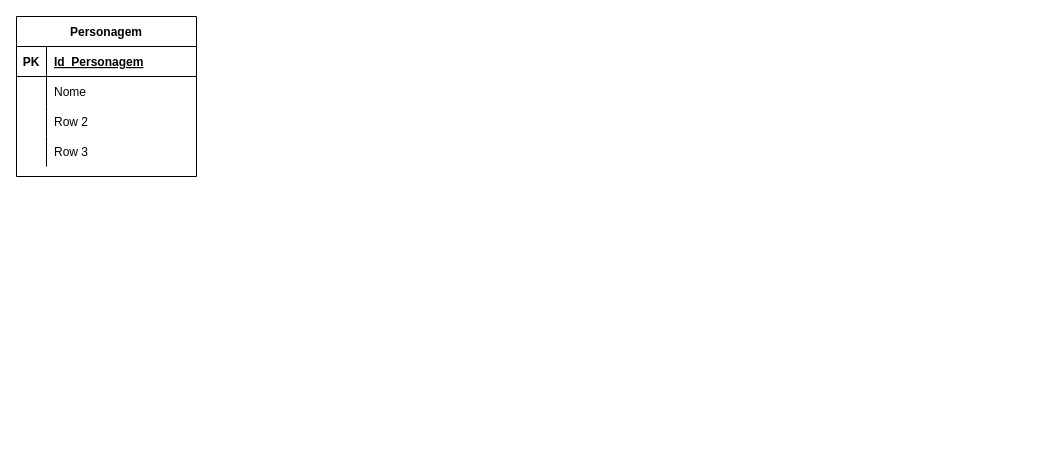
This is page "Lógico" (2 of 2) of HROADS/Modelagem/hroads_modelagem.drawio from Leonardo-Souza-de-Castro/Desafio-HROADS, a draw.io file, before an edit. Source tidied: cells renumbered, new cells numbered last; positions are measured from the earlier drawing's top-left corner, leaving out a move shared by most shapes. Both pictures are drawn from the tidied source at 100%, with x=0, y=0 at pixel (16, 16).
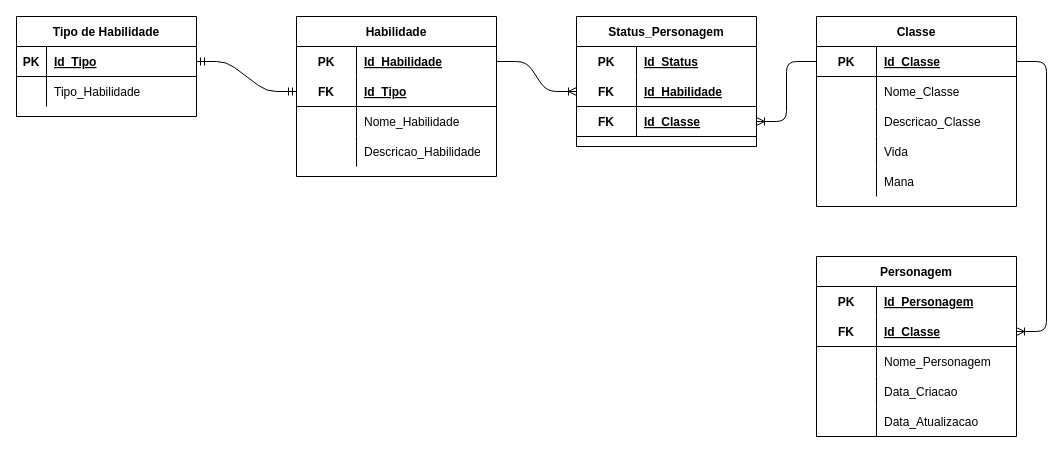
The same page after the edit.

The change refers to these unchanged cells:
```xml
<mxCell id="3" style="shape=partialRectangle;fillColor=none;top=0;left=0;bottom=1;right=0;points=[[0,0.5],[1,0.5]];portConstraint=eastwest;" parent="2" vertex="1">
  <mxGeometry y="30" width="180" height="30" as="geometry" />
</mxCell>
<mxCell id="6" style="shape=partialRectangle;fillColor=none;top=0;left=0;bottom=0;right=0;" parent="2" vertex="1">
  <mxGeometry y="60" width="180" height="30" as="geometry" />
</mxCell>
```

What changed in the source:
```diff
@@
-    <mxCell id="2" value="Personagem" style="shape=table;startSize=30;childLayout=tableLayout;rowLines=0;fontStyle=1;align=center;" parent="1" vertex="1">
-      <mxGeometry width="180" height="160" as="geometry" />
+    <mxCell id="2" value="Tipo de Habilidade" style="shape=table;startSize=30;childLayout=tableLayout;rowLines=0;fontStyle=1;align=center;" parent="1" vertex="1">
+      <mxGeometry width="180" height="100" as="geometry" />
     </mxCell>
@@
-    <mxCell id="5" value="Id_Personagem" style="shape=partialRectangle;fillColor=none;top=0;left=0;bottom=0;right=0;align=left;spacingLeft=6;fontStyle=5;overflow=hidden;" parent="3" vertex="1">
+    <mxCell id="5" value="Id_Tipo" style="shape=partialRectangle;fillColor=none;top=0;left=0;bottom=0;right=0;align=left;spacingLeft=6;fontStyle=5;overflow=hidden;" parent="3" vertex="1">
       <mxGeometry x="30" width="150" height="30" as="geometry" />
     </mxCell>
@@
-    <mxCell id="8" value="Nome" style="shape=partialRectangle;fillColor=none;top=0;left=0;bottom=0;right=0;align=left;spacingLeft=6;overflow=hidden;" parent="6" vertex="1">
+    <mxCell id="8" value="Tipo_Habilidade" style="shape=partialRectangle;fillColor=none;top=0;left=0;bottom=0;right=0;align=left;spacingLeft=6;overflow=hidden;" parent="6" vertex="1">
       <mxGeometry x="30" width="150" height="30" as="geometry" />
     </mxCell>
-    <mxCell id="9" style="shape=partialRectangle;fillColor=none;top=0;left=0;bottom=0;right=0;" parent="2" vertex="1">
-      <mxGeometry y="90" width="180" height="30" as="geometry" />
-    </mxCell>
-    <mxCell id="10" style="shape=partialRectangle;fillColor=none;top=0;left=0;bottom=0;right=0;overflow=hidden;" parent="9" vertex="1">
-      <mxGeometry width="30" height="30" as="geometry" />
-    </mxCell>
-    <mxCell id="11" value="Row 2" style="shape=partialRectangle;fillColor=none;top=0;left=0;bottom=0;right=0;align=left;spacingLeft=6;overflow=hidden;" parent="9" vertex="1">
-      <mxGeometry x="30" width="150" height="30" as="geometry" />
-    </mxCell>
-    <mxCell id="12" style="shape=partialRectangle;fillColor=none;top=0;left=0;bottom=0;right=0;" parent="2" vertex="1">
-      <mxGeometry y="120" width="180" height="30" as="geometry" />
-    </mxCell>
-    <mxCell id="13" style="shape=partialRectangle;fillColor=none;top=0;left=0;bottom=0;right=0;overflow=hidden;" parent="12" vertex="1">
-      <mxGeometry width="30" height="30" as="geometry" />
-    </mxCell>
-    <mxCell id="14" value="Row 3" style="shape=partialRectangle;fillColor=none;top=0;left=0;bottom=0;right=0;align=left;spacingLeft=6;overflow=hidden;" parent="12" vertex="1">
-      <mxGeometry x="30" width="150" height="30" as="geometry" />
-    </mxCell>
+    <mxCell id="15" value="Habilidade" style="shape=table;startSize=30;childLayout=tableLayout;rowLines=0;fontStyle=1;align=center;" parent="1" vertex="1">
+      <mxGeometry x="280" width="200" height="160" as="geometry" />
+    </mxCell>
+    <mxCell id="16" style="shape=partialRectangle;fillColor=none;top=0;left=0;bottom=0;right=0;points=[[0,0.5],[1,0.5]];portConstraint=eastwest;" parent="15" vertex="1">
+      <mxGeometry y="30" width="200" height="30" as="geometry" />
+    </mxCell>
+    <mxCell id="17" value="PK" style="shape=partialRectangle;fillColor=none;top=0;left=0;bottom=0;right=0;fontStyle=1;overflow=hidden;" parent="16" vertex="1">
+      <mxGeometry width="60" height="30" as="geometry" />
+    </mxCell>
+    <mxCell id="18" value="Id_Habilidade" style="shape=partialRectangle;fillColor=none;top=0;left=0;bottom=0;right=0;align=left;spacingLeft=6;fontStyle=5;overflow=hidden;" parent="16" vertex="1">
+      <mxGeometry x="60" width="140" height="30" as="geometry" />
+    </mxCell>
+    <mxCell id="19" style="shape=partialRectangle;fillColor=none;top=0;left=0;bottom=1;right=0;points=[[0,0.5],[1,0.5]];portConstraint=eastwest;" parent="15" vertex="1">
+      <mxGeometry y="60" width="200" height="30" as="geometry" />
+    </mxCell>
+    <mxCell id="20" value="FK" style="shape=partialRectangle;fillColor=none;top=0;left=0;bottom=0;right=0;fontStyle=1;overflow=hidden;" parent="19" vertex="1">
+      <mxGeometry width="60" height="30" as="geometry" />
+    </mxCell>
+    <mxCell id="21" value="Id_Tipo" style="shape=partialRectangle;fillColor=none;top=0;left=0;bottom=0;right=0;align=left;spacingLeft=6;fontStyle=5;overflow=hidden;" parent="19" vertex="1">
+      <mxGeometry x="60" width="140" height="30" as="geometry" />
+    </mxCell>
+    <mxCell id="22" style="shape=partialRectangle;fillColor=none;top=0;left=0;bottom=0;right=0;" parent="15" vertex="1">
+      <mxGeometry y="90" width="200" height="30" as="geometry" />
+    </mxCell>
+    <mxCell id="23" style="shape=partialRectangle;fillColor=none;top=0;left=0;bottom=0;right=0;overflow=hidden;" parent="22" vertex="1">
+      <mxGeometry width="60" height="30" as="geometry" />
+    </mxCell>
+    <mxCell id="24" value="Nome_Habilidade" style="shape=partialRectangle;fillColor=none;top=0;left=0;bottom=0;right=0;align=left;spacingLeft=6;overflow=hidden;" parent="22" vertex="1">
+      <mxGeometry x="60" width="140" height="30" as="geometry" />
+    </mxCell>
+    <mxCell id="25" style="shape=partialRectangle;fillColor=none;top=0;left=0;bottom=0;right=0;" parent="15" vertex="1">
+      <mxGeometry y="120" width="200" height="30" as="geometry" />
+    </mxCell>
+    <mxCell id="26" style="shape=partialRectangle;fillColor=none;top=0;left=0;bottom=0;right=0;overflow=hidden;" parent="25" vertex="1">
+      <mxGeometry width="60" height="30" as="geometry" />
+    </mxCell>
+    <mxCell id="27" value="Descricao_Habilidade" style="shape=partialRectangle;fillColor=none;top=0;left=0;bottom=0;right=0;align=left;spacingLeft=6;overflow=hidden;" parent="25" vertex="1">
+      <mxGeometry x="60" width="140" height="30" as="geometry" />
+    </mxCell>
+    <mxCell id="28" style="edgeStyle=entityRelationEdgeStyle;fontSize=12;html=1;endArrow=ERmandOne;startArrow=ERmandOne;" parent="1" edge="1" source="3" target="19">
+      <mxGeometry relative="1" as="geometry" />
+    </mxCell>
+    <mxCell id="29" value="Status_Personagem" style="shape=table;startSize=30;childLayout=tableLayout;rowLines=0;fontStyle=1;align=center;" parent="1" vertex="1">
+      <mxGeometry x="560" width="180" height="130" as="geometry" />
+    </mxCell>
+    <mxCell id="30" style="shape=partialRectangle;fillColor=none;top=0;left=0;bottom=0;right=0;" parent="29" vertex="1">
+      <mxGeometry y="30" width="180" height="30" as="geometry" />
+    </mxCell>
+    <mxCell id="31" value="PK" style="shape=partialRectangle;fillColor=none;top=0;left=0;bottom=0;right=0;fontStyle=1;overflow=hidden;" parent="30" vertex="1">
+      <mxGeometry width="60" height="30" as="geometry" />
+    </mxCell>
+    <mxCell id="32" value="Id_Status" style="shape=partialRectangle;fillColor=none;top=0;left=0;bottom=0;right=0;align=left;spacingLeft=6;fontStyle=5;overflow=hidden;" parent="30" vertex="1">
+      <mxGeometry x="60" width="120" height="30" as="geometry" />
+    </mxCell>
+    <mxCell id="33" style="shape=partialRectangle;fillColor=none;top=0;left=0;bottom=1;right=0;points=[[0,0.5],[1,0.5]];portConstraint=eastwest;" parent="29" vertex="1">
+      <mxGeometry y="60" width="180" height="30" as="geometry" />
+    </mxCell>
+    <mxCell id="34" value="FK" style="shape=partialRectangle;fillColor=none;top=0;left=0;bottom=0;right=0;fontStyle=1;overflow=hidden;" parent="33" vertex="1">
+      <mxGeometry width="60" height="30" as="geometry" />
+    </mxCell>
+    <mxCell id="35" value="Id_Habilidade" style="shape=partialRectangle;fillColor=none;top=0;left=0;bottom=0;right=0;align=left;spacingLeft=6;fontStyle=5;overflow=hidden;" parent="33" vertex="1">
+      <mxGeometry x="60" width="120" height="30" as="geometry" />
+    </mxCell>
+    <mxCell id="36" style="shape=partialRectangle;fillColor=none;top=0;left=0;bottom=1;right=0;points=[[0,0.5],[1,0.5]];portConstraint=eastwest;" parent="29" vertex="1">
+      <mxGeometry y="90" width="180" height="30" as="geometry" />
+    </mxCell>
+    <mxCell id="37" value="FK" style="shape=partialRectangle;fillColor=none;top=0;left=0;bottom=0;right=0;fontStyle=1;overflow=hidden;" parent="36" vertex="1">
+      <mxGeometry width="60" height="30" as="geometry" />
+    </mxCell>
+    <mxCell id="38" value="Id_Classe" style="shape=partialRectangle;fillColor=none;top=0;left=0;bottom=0;right=0;align=left;spacingLeft=6;fontStyle=5;overflow=hidden;" parent="36" vertex="1">
+      <mxGeometry x="60" width="120" height="30" as="geometry" />
+    </mxCell>
+    <mxCell id="39" style="edgeStyle=entityRelationEdgeStyle;fontSize=12;html=1;endArrow=ERoneToMany;" parent="1" edge="1" source="16" target="33">
+      <mxGeometry relative="1" as="geometry" />
+    </mxCell>
+    <mxCell id="40" value="Classe" style="shape=table;startSize=30;childLayout=tableLayout;rowLines=0;fontStyle=1;align=center;" parent="1" vertex="1">
+      <mxGeometry x="800" width="200" height="190" as="geometry" />
+    </mxCell>
+    <mxCell id="41" style="shape=partialRectangle;fillColor=none;top=0;left=0;bottom=1;right=0;points=[[0,0.5],[1,0.5]];portConstraint=eastwest;" parent="40" vertex="1">
+      <mxGeometry y="30" width="200" height="30" as="geometry" />
+    </mxCell>
+    <mxCell id="42" value="PK" style="shape=partialRectangle;fillColor=none;top=0;left=0;bottom=0;right=0;fontStyle=1;overflow=hidden;" parent="41" vertex="1">
+      <mxGeometry width="60" height="30" as="geometry" />
+    </mxCell>
+    <mxCell id="43" value="Id_Classe" style="shape=partialRectangle;fillColor=none;top=0;left=0;bottom=0;right=0;align=left;spacingLeft=6;fontStyle=5;overflow=hidden;" parent="41" vertex="1">
+      <mxGeometry x="60" width="140" height="30" as="geometry" />
+    </mxCell>
+    <mxCell id="44" style="shape=partialRectangle;fillColor=none;top=0;left=0;bottom=0;right=0;" parent="40" vertex="1">
+      <mxGeometry y="60" width="200" height="30" as="geometry" />
+    </mxCell>
+    <mxCell id="45" style="shape=partialRectangle;fillColor=none;top=0;left=0;bottom=0;right=0;overflow=hidden;" parent="44" vertex="1">
+      <mxGeometry width="60" height="30" as="geometry" />
+    </mxCell>
+    <mxCell id="46" value="Nome_Classe" style="shape=partialRectangle;fillColor=none;top=0;left=0;bottom=0;right=0;align=left;spacingLeft=6;overflow=hidden;" parent="44" vertex="1">
+      <mxGeometry x="60" width="140" height="30" as="geometry" />
+    </mxCell>
+    <mxCell id="47" style="shape=partialRectangle;fillColor=none;top=0;left=0;bottom=0;right=0;" parent="40" vertex="1">
+      <mxGeometry y="90" width="200" height="30" as="geometry" />
+    </mxCell>
+    <mxCell id="48" style="shape=partialRectangle;fillColor=none;top=0;left=0;bottom=0;right=0;overflow=hidden;" parent="47" vertex="1">
+      <mxGeometry width="60" height="30" as="geometry" />
+    </mxCell>
+    <mxCell id="49" value="Descricao_Classe" style="shape=partialRectangle;fillColor=none;top=0;left=0;bottom=0;right=0;align=left;spacingLeft=6;overflow=hidden;" parent="47" vertex="1">
+      <mxGeometry x="60" width="140" height="30" as="geometry" />
+    </mxCell>
+    <mxCell id="50" style="shape=partialRectangle;fillColor=none;top=0;left=0;bottom=0;right=0;" parent="40" vertex="1">
+      <mxGeometry y="120" width="200" height="30" as="geometry" />
+    </mxCell>
+    <mxCell id="51" style="shape=partialRectangle;fillColor=none;top=0;left=0;bottom=0;right=0;overflow=hidden;" parent="50" vertex="1">
+      <mxGeometry width="60" height="30" as="geometry" />
+    </mxCell>
+    <mxCell id="52" value="Vida" style="shape=partialRectangle;fillColor=none;top=0;left=0;bottom=0;right=0;align=left;spacingLeft=6;overflow=hidden;" parent="50" vertex="1">
+      <mxGeometry x="60" width="140" height="30" as="geometry" />
+    </mxCell>
+    <mxCell id="53" style="shape=partialRectangle;fillColor=none;top=0;left=0;bottom=0;right=0;" parent="40" vertex="1">
+      <mxGeometry y="150" width="200" height="30" as="geometry" />
+    </mxCell>
+    <mxCell id="54" style="shape=partialRectangle;fillColor=none;top=0;left=0;bottom=0;right=0;overflow=hidden;" parent="53" vertex="1">
+      <mxGeometry width="60" height="30" as="geometry" />
+    </mxCell>
+    <mxCell id="55" value="Mana" style="shape=partialRectangle;fillColor=none;top=0;left=0;bottom=0;right=0;align=left;spacingLeft=6;overflow=hidden;" parent="53" vertex="1">
+      <mxGeometry x="60" width="140" height="30" as="geometry" />
+    </mxCell>
+    <mxCell id="56" style="edgeStyle=entityRelationEdgeStyle;fontSize=12;html=1;endArrow=ERoneToMany;" parent="1" edge="1" source="41" target="36">
+      <mxGeometry relative="1" as="geometry" />
+    </mxCell>
+    <mxCell id="57" value="Personagem" style="shape=table;startSize=30;childLayout=tableLayout;rowLines=0;fontStyle=1;align=center;" parent="1" vertex="1">
+      <mxGeometry x="800" y="240" width="200" height="180" as="geometry" />
+    </mxCell>
+    <mxCell id="58" style="shape=partialRectangle;top=0;left=0;bottom=0;right=0;fillColor=none;perimeterSpacing=0;" parent="57" vertex="1">
+      <mxGeometry y="30" width="200" height="30" as="geometry" />
+    </mxCell>
+    <mxCell id="59" value="PK" style="shape=partialRectangle;fillColor=none;top=0;left=0;bottom=0;right=0;fontStyle=1;overflow=hidden;" parent="58" vertex="1">
+      <mxGeometry width="60" height="30" as="geometry" />
+    </mxCell>
+    <mxCell id="60" value="Id_Personagem" style="shape=partialRectangle;fillColor=none;top=0;left=0;bottom=0;right=0;align=left;spacingLeft=6;fontStyle=5;overflow=hidden;" parent="58" vertex="1">
+      <mxGeometry x="60" width="140" height="30" as="geometry" />
+    </mxCell>
+    <mxCell id="61" style="shape=partialRectangle;fillColor=none;top=0;left=0;bottom=1;right=0;points=[[0,0.5],[1,0.5]];portConstraint=eastwest;" parent="57" vertex="1">
+      <mxGeometry y="60" width="200" height="30" as="geometry" />
+    </mxCell>
+    <mxCell id="62" value="FK" style="shape=partialRectangle;fillColor=none;top=0;left=0;bottom=0;right=0;fontStyle=1;overflow=hidden;" parent="61" vertex="1">
+      <mxGeometry width="60" height="30" as="geometry" />
+    </mxCell>
+    <mxCell id="63" value="Id_Classe" style="shape=partialRectangle;fillColor=none;top=0;left=0;bottom=0;right=0;align=left;spacingLeft=6;fontStyle=5;overflow=hidden;" parent="61" vertex="1">
+      <mxGeometry x="60" width="140" height="30" as="geometry" />
+    </mxCell>
+    <mxCell id="64" style="shape=partialRectangle;fillColor=none;top=0;left=0;bottom=0;right=0;" parent="57" vertex="1">
+      <mxGeometry y="90" width="200" height="30" as="geometry" />
+    </mxCell>
+    <mxCell id="65" style="shape=partialRectangle;fillColor=none;top=0;left=0;bottom=0;right=0;overflow=hidden;" parent="64" vertex="1">
+      <mxGeometry width="60" height="30" as="geometry" />
+    </mxCell>
+    <mxCell id="66" value="Nome_Personagem" style="shape=partialRectangle;fillColor=none;top=0;left=0;bottom=0;right=0;align=left;spacingLeft=6;overflow=hidden;" parent="64" vertex="1">
+      <mxGeometry x="60" width="140" height="30" as="geometry" />
+    </mxCell>
+    <mxCell id="67" style="shape=partialRectangle;fillColor=none;top=0;left=0;bottom=0;right=0;" parent="57" vertex="1">
+      <mxGeometry y="120" width="200" height="30" as="geometry" />
+    </mxCell>
+    <mxCell id="68" style="shape=partialRectangle;fillColor=none;top=0;left=0;bottom=0;right=0;overflow=hidden;" parent="67" vertex="1">
+      <mxGeometry width="60" height="30" as="geometry" />
+    </mxCell>
+    <mxCell id="69" value="Data_Criacao" style="shape=partialRectangle;fillColor=none;top=0;left=0;bottom=0;right=0;align=left;spacingLeft=6;overflow=hidden;" parent="67" vertex="1">
+      <mxGeometry x="60" width="140" height="30" as="geometry" />
+    </mxCell>
+    <mxCell id="70" style="shape=partialRectangle;fillColor=none;top=0;left=0;bottom=0;right=0;" parent="57" vertex="1">
+      <mxGeometry y="150" width="200" height="30" as="geometry" />
+    </mxCell>
+    <mxCell id="71" style="shape=partialRectangle;fillColor=none;top=0;left=0;bottom=0;right=0;overflow=hidden;" parent="70" vertex="1">
+      <mxGeometry width="60" height="30" as="geometry" />
+    </mxCell>
+    <mxCell id="72" value="Data_Atualizacao" style="shape=partialRectangle;fillColor=none;top=0;left=0;bottom=0;right=0;align=left;spacingLeft=6;overflow=hidden;" parent="70" vertex="1">
+      <mxGeometry x="60" width="140" height="30" as="geometry" />
+    </mxCell>
+    <mxCell id="73" style="edgeStyle=entityRelationEdgeStyle;fontSize=12;html=1;endArrow=ERoneToMany;" parent="1" edge="1" target="61">
+      <mxGeometry relative="1" as="geometry">
+        <mxPoint x="1000" y="45" as="sourcePoint" />
+      </mxGeometry>
+    </mxCell>
```
